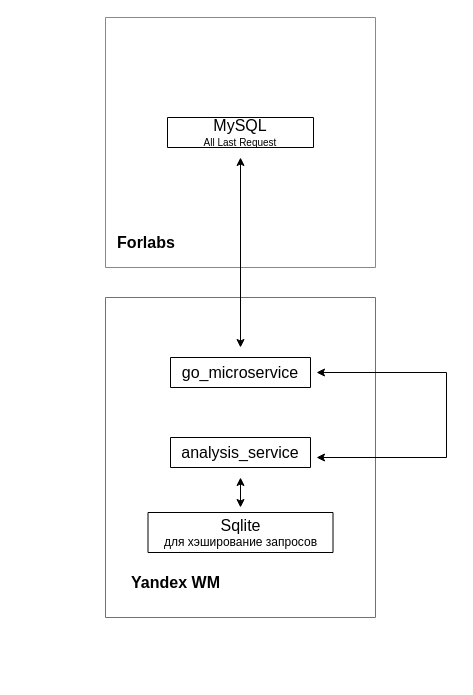
The draw.io diagram graph.drawio in NeZorinEgor/TextComplexity-Service, before the edit. Source tidied: cells renumbered, new cells numbered last; positions are measured from the earlier drawing's top-left corner, leaving out a move shared by most shapes. Both pictures are drawn from the tidied source at 100%, with x=0, y=0 at pixel (105, 17).
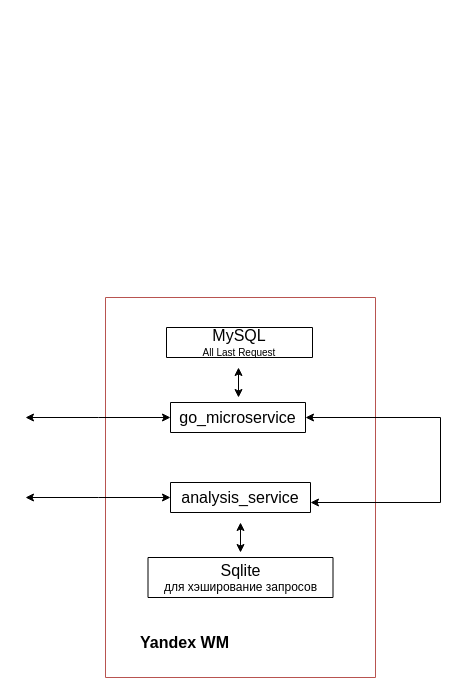
The same diagram, later.

The edit, as a diff of the source:
```diff
@@
 <mxGraphModel>
   <root>
     <mxCell id="0" />
     <mxCell id="1" parent="0" />
     <mxCell id="2" style="swimlane;startSize=0;fillColor=#f8cecc;strokeColor=#b85450;" parent="1" vertex="1">
-      <mxGeometry y="280" width="270" height="320" as="geometry" />
+      <mxGeometry y="280" width="270" height="380" as="geometry" />
     </mxCell>
+    <mxCell id="13" style="edgeStyle=orthogonalEdgeStyle;rounded=0;jettySize=auto;html=1;startArrow=classic;startFill=1;" parent="2" edge="1" source="3">
+      <mxGeometry relative="1" as="geometry">
+        <mxPoint x="-80" y="120" as="targetPoint" />
+      </mxGeometry>
+    </mxCell>
-    <mxCell id="3" value="&lt;font style=&quot;font-size: 16px;&quot;&gt;go_microservice&lt;/font&gt;" style="swimlane;fontStyle=0;horizontal=1;startSize=30;whiteSpace=wrap;html=1;" parent="2" vertex="1">
-      <mxGeometry x="65" y="60" width="140" height="30" as="geometry" />
+    <mxCell id="3" value="&lt;font style=&quot;font-size: 16px;&quot;&gt;go_microservice&lt;/font&gt;" style="swimlane;fontStyle=0;horizontal=1;startSize=30;whiteSpace=wrap;html=1;" parent="2" vertex="1" collapsed="1">
+      <mxGeometry x="65" y="105" width="135" height="30" as="geometry" />
     </mxCell>
     <mxCell id="4" value="&lt;span style=&quot;font-size: 16px;&quot;&gt;Yandex WM&lt;/span&gt;" style="text;html=1;strokeColor=none;fillColor=none;align=center;verticalAlign=middle;whiteSpace=wrap;rounded=0;fontStyle=1;" parent="2" vertex="1">
-      <mxGeometry x="11" y="270" width="119" height="30" as="geometry" />
+      <mxGeometry x="20" y="330" width="119" height="30" as="geometry" />
     </mxCell>
     <mxCell id="5" style="edgeStyle=orthogonalEdgeStyle;rounded=0;orthogonalLoop=1;jettySize=auto;html=1;startArrow=classic;startFill=1;" parent="2" edge="1">
       <mxGeometry relative="1" as="geometry">
-        <mxPoint x="135" y="180" as="sourcePoint" />
-        <mxPoint x="135" y="210" as="targetPoint" />
+        <mxPoint x="135" y="225" as="sourcePoint" />
+        <mxPoint x="135" y="255" as="targetPoint" />
       </mxGeometry>
     </mxCell>
+    <mxCell id="14" style="edgeStyle=orthogonalEdgeStyle;rounded=0;jettySize=auto;html=1;startArrow=classic;startFill=1;" parent="2" edge="1" source="6">
+      <mxGeometry relative="1" as="geometry">
+        <mxPoint x="-80" y="200" as="targetPoint" />
+      </mxGeometry>
+    </mxCell>
     <mxCell id="6" value="&lt;font style=&quot;font-size: 16px;&quot;&gt;analysis_service&lt;/font&gt;" style="swimlane;fontStyle=0;horizontal=1;startSize=30;whiteSpace=wrap;html=1;" parent="2" vertex="1">
-      <mxGeometry x="65" y="140" width="140" height="30" as="geometry" />
+      <mxGeometry x="65" y="185" width="140" height="30" as="geometry" />
     </mxCell>
+    <mxCell id="8" value="&lt;span style=&quot;font-size: 16px;&quot;&gt;Sqlite&lt;/span&gt;&lt;br&gt;&lt;font style=&quot;font-size: 12px;&quot;&gt;для хэширование запросов&lt;/font&gt;" style="swimlane;fontStyle=0;horizontal=1;startSize=90;whiteSpace=wrap;html=1;" parent="2" vertex="1">
+      <mxGeometry x="42.5" y="260" width="185" height="40" as="geometry" />
+    </mxCell>
+    <mxCell id="10" value="&lt;font style=&quot;font-size: 16px;&quot;&gt;MySQL&lt;/font&gt;&lt;br&gt;&lt;font style=&quot;font-size: 10px;&quot;&gt;All Last Request&lt;/font&gt;" style="swimlane;fontStyle=0;horizontal=1;startSize=30;whiteSpace=wrap;html=1;rounded=1;arcSize=50;" parent="2" vertex="1">
+      <mxGeometry x="61" y="30" width="146" height="30" as="geometry" />
+    </mxCell>
+    <mxCell id="15" style="edgeStyle=orthogonalEdgeStyle;rounded=0;orthogonalLoop=1;jettySize=auto;html=1;exitX=0.5;exitY=1;exitDx=0;exitDy=0;" parent="2" edge="1" source="4" target="4">
+      <mxGeometry relative="1" as="geometry" />
+    </mxCell>
+    <mxCell id="16" style="edgeStyle=orthogonalEdgeStyle;rounded=0;orthogonalLoop=1;jettySize=auto;html=1;startArrow=classic;startFill=1;" parent="2" edge="1">
+      <mxGeometry relative="1" as="geometry">
+        <mxPoint x="133" y="70" as="sourcePoint" />
+        <mxPoint x="133" y="100" as="targetPoint" />
+      </mxGeometry>
+    </mxCell>
-    <mxCell id="7" style="edgeStyle=orthogonalEdgeStyle;rounded=0;orthogonalLoop=1;jettySize=auto;html=1;startArrow=classic;startFill=1;endArrow=classic;endFill=1;" parent="2" edge="1">
+    <mxCell id="7" style="edgeStyle=orthogonalEdgeStyle;rounded=0;jettySize=auto;html=1;startArrow=classic;startFill=1;endArrow=classic;endFill=1;exitX=1;exitY=0.5;exitDx=0;exitDy=0;" parent="1" edge="1" source="3">
       <mxGeometry relative="1" as="geometry">
-        <mxPoint x="211" y="75" as="sourcePoint" />
-        <mxPoint x="211" y="160" as="targetPoint" />
+        <mxPoint x="205" y="485" as="targetPoint" />
         <Array as="points">
-          <mxPoint x="211" y="75" />
-          <mxPoint x="341" y="75" />
-          <mxPoint x="341" y="160" />
+          <mxPoint x="335" y="400" />
+          <mxPoint x="335" y="485" />
         </Array>
       </mxGeometry>
     </mxCell>
-    <mxCell id="8" value="&lt;span style=&quot;font-size: 16px;&quot;&gt;Sqlite&lt;/span&gt;&lt;br&gt;&lt;font style=&quot;font-size: 12px;&quot;&gt;для хэширование запросов&lt;/font&gt;" style="swimlane;fontStyle=0;horizontal=1;startSize=90;whiteSpace=wrap;html=1;" parent="2" vertex="1">
-      <mxGeometry x="42.5" y="215" width="185" height="40" as="geometry" />
-    </mxCell>
-    <mxCell id="9" style="swimlane;startSize=0;fillColor=#dae8fc;strokeColor=#6c8ebf;" parent="1" vertex="1">
-      <mxGeometry width="270" height="250" as="geometry" />
-    </mxCell>
-    <mxCell id="10" value="&lt;font style=&quot;font-size: 16px;&quot;&gt;MySQL&lt;/font&gt;&lt;br&gt;&lt;font style=&quot;font-size: 10px;&quot;&gt;All Last Request&lt;/font&gt;" style="swimlane;fontStyle=0;horizontal=1;startSize=30;whiteSpace=wrap;html=1;rounded=1;arcSize=50;" parent="9" vertex="1">
-      <mxGeometry x="62" y="100" width="146" height="30" as="geometry" />
-    </mxCell>
-    <mxCell id="11" value="&lt;font style=&quot;font-size: 16px;&quot;&gt;Forlabs&lt;/font&gt;" style="text;html=1;strokeColor=none;fillColor=none;align=center;verticalAlign=middle;whiteSpace=wrap;rounded=0;fontStyle=1;" parent="9" vertex="1">
-      <mxGeometry x="11" y="210" width="60" height="30" as="geometry" />
-    </mxCell>
-    <mxCell id="12" style="edgeStyle=orthogonalEdgeStyle;rounded=0;orthogonalLoop=1;jettySize=auto;html=1;startArrow=classic;startFill=1;" parent="1" edge="1">
-      <mxGeometry relative="1" as="geometry">
-        <mxPoint x="135" y="330" as="sourcePoint" />
-        <mxPoint x="135" y="140" as="targetPoint" />
-      </mxGeometry>
-    </mxCell>
   </root>
 </mxGraphModel>
```
